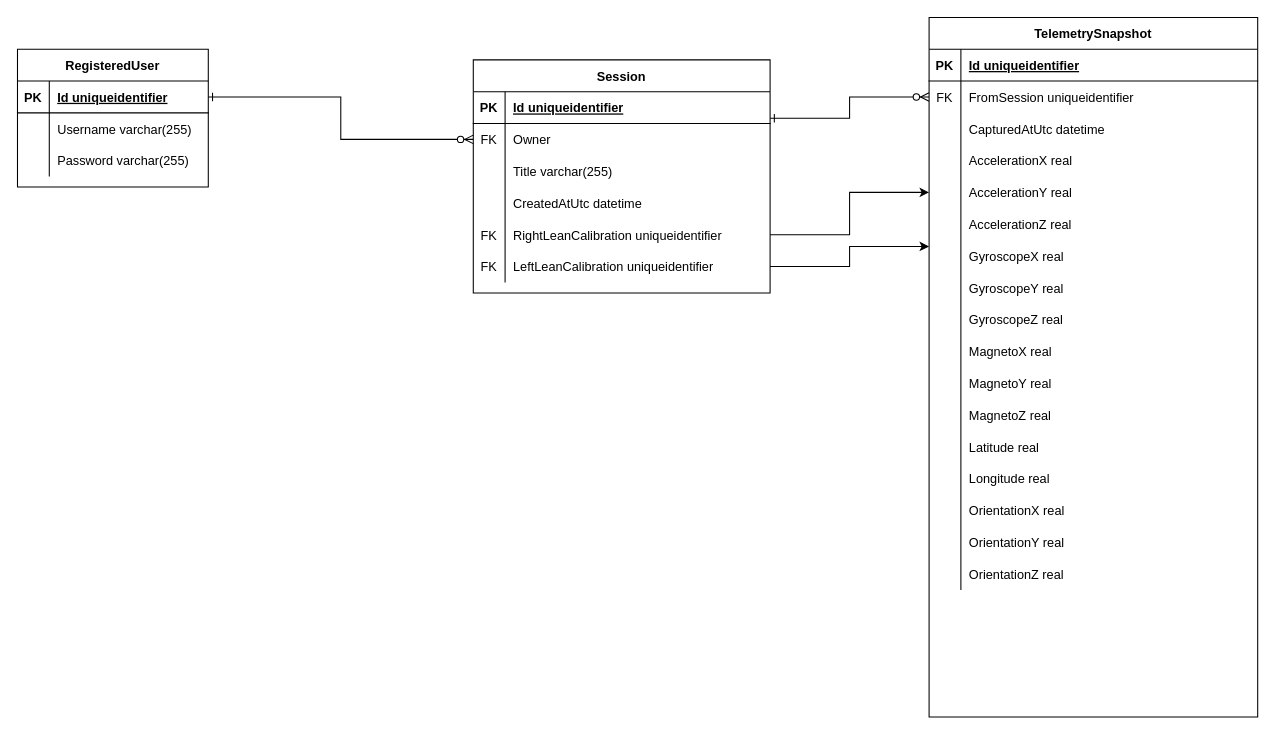
This is ERD.drawio from TimHanewich/TimHanewich.TelemetryFeed, a draw.io file, before an edit. Source tidied: cells renumbered, new cells numbered last; positions are measured from the earlier drawing's top-left corner, leaving out a move shared by most shapes. Both pictures are drawn from the tidied source at 106%, with x=0, y=0 at pixel (17, 17).
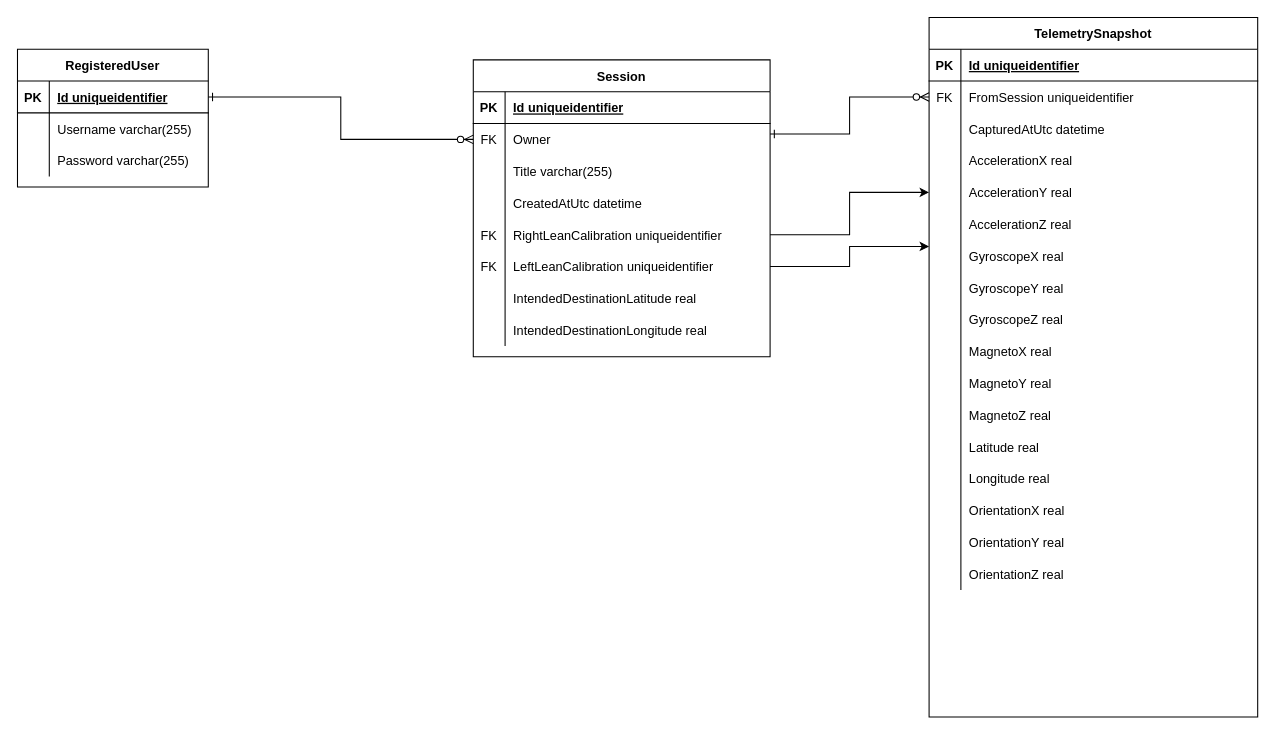
The same page after the edit.

Commit message (it also covers changes not shown here):
Added Intended destination to session

Diff of the diagram source:
```diff
@@
     <mxCell id="54" value="Session" style="shape=table;startSize=30;childLayout=tableLayout;rowLines=0;fontStyle=1;align=center;" parent="1" vertex="1">
-      <mxGeometry x="430" y="40" width="280" height="220" as="geometry" />
+      <mxGeometry x="430" y="40" width="280" height="280" as="geometry" />
     </mxCell>
@@
+    <mxCell id="87" style="shape=partialRectangle;fillColor=none;top=0;left=0;bottom=0;right=0;" parent="54" vertex="1">
+      <mxGeometry y="210" width="280" height="30" as="geometry" />
+    </mxCell>
+    <mxCell id="88" style="shape=partialRectangle;fillColor=none;top=0;left=0;bottom=0;right=0;overflow=hidden;" parent="87" vertex="1">
+      <mxGeometry width="30" height="30" as="geometry" />
+    </mxCell>
+    <mxCell id="89" value="IntendedDestinationLatitude real" style="shape=partialRectangle;fillColor=none;top=0;left=0;bottom=0;right=0;align=left;spacingLeft=6;overflow=hidden;" parent="87" vertex="1">
+      <mxGeometry x="30" width="250" height="30" as="geometry" />
+    </mxCell>
+    <mxCell id="90" style="shape=partialRectangle;fillColor=none;top=0;left=0;bottom=0;right=0;" parent="54" vertex="1">
+      <mxGeometry y="240" width="280" height="30" as="geometry" />
+    </mxCell>
+    <mxCell id="91" style="shape=partialRectangle;fillColor=none;top=0;left=0;bottom=0;right=0;overflow=hidden;" parent="90" vertex="1">
+      <mxGeometry width="30" height="30" as="geometry" />
+    </mxCell>
+    <mxCell id="92" value="IntendedDestinationLongitude real" style="shape=partialRectangle;fillColor=none;top=0;left=0;bottom=0;right=0;align=left;spacingLeft=6;overflow=hidden;" parent="90" vertex="1">
+      <mxGeometry x="30" width="250" height="30" as="geometry" />
+    </mxCell>
```
